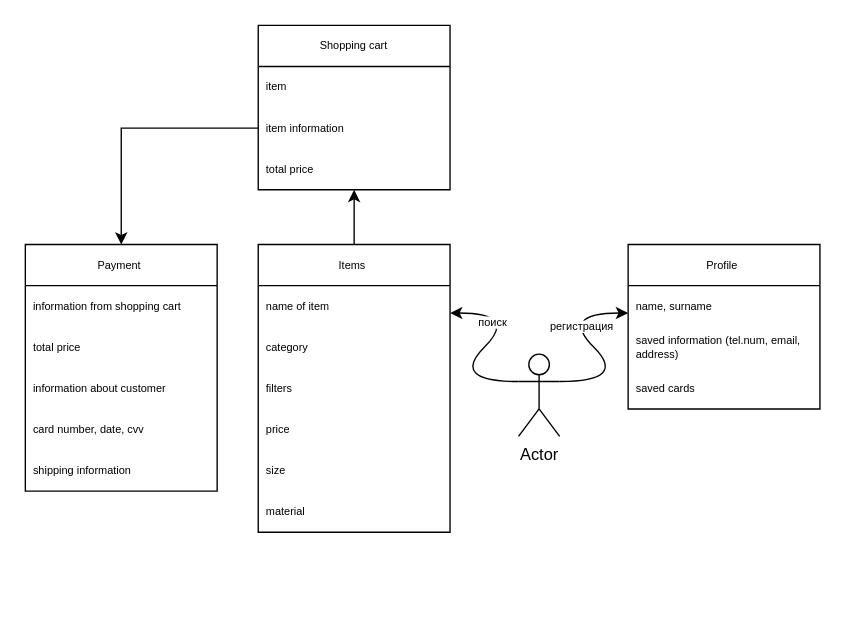
This is web/xml/Logical Mode Brandl.drawio from n59k/brand, a draw.io file, before an edit. Source tidied: cells renumbered, new cells numbered last; positions are measured from the earlier drawing's top-left corner, leaving out a move shared by most shapes. Both pictures are drawn from the tidied source at 137%, with x=0, y=0 at pixel (25, 25).
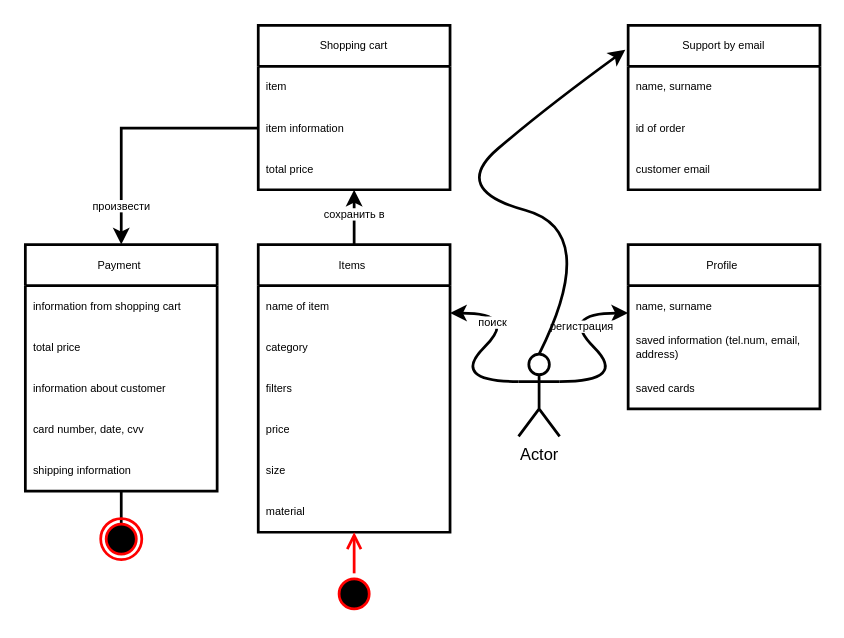
After the change.

What changed in the source:
```diff
@@
-    <mxCell id="2" value="Actor" style="shape=umlActor;verticalLabelPosition=bottom;verticalAlign=top;html=1;outlineConnect=0;labelBackgroundColor=default;" parent="1" vertex="1">
+    <mxCell id="2" value="Actor" style="shape=umlActor;verticalLabelPosition=bottom;verticalAlign=top;html=1;outlineConnect=0;labelBackgroundColor=default;strokeWidth=2;" parent="1" vertex="1">
       <mxGeometry x="360" y="240" width="30" height="60" as="geometry" />
     </mxCell>
-    <mxCell id="3" style="curved=1;endArrow=classic;html=1;rounded=0;labelBackgroundColor=default;" parent="1" edge="1">
+    <mxCell id="3" style="curved=1;endArrow=classic;html=1;rounded=0;labelBackgroundColor=default;strokeWidth=2;" parent="1" edge="1">
       <mxGeometry relative="1" as="geometry">
         <mxPoint x="390" y="260" as="sourcePoint" />
         <mxPoint x="440" y="210" as="targetPoint" />
         <Array as="points">
           <mxPoint x="440" y="260" />
           <mxPoint x="390" y="210" />
         </Array>
       </mxGeometry>
     </mxCell>
@@
-    <mxCell id="5" value="Profile&amp;nbsp;" style="swimlane;fontStyle=0;horizontal=1;startSize=30;whiteSpace=wrap;html=1;fontSize=8;labelBackgroundColor=default;swimlaneFillColor=default;" parent="1" vertex="1">
+    <mxCell id="5" value="Profile&amp;nbsp;" style="swimlane;fontStyle=0;horizontal=1;startSize=30;whiteSpace=wrap;html=1;fontSize=8;labelBackgroundColor=default;swimlaneFillColor=default;strokeWidth=2;" parent="1" vertex="1">
       <mxGeometry x="440" y="160" width="140" height="120" as="geometry" />
     </mxCell>
-    <mxCell id="6" value="name, surname" style="text;strokeColor=none;fillColor=none;align=left;verticalAlign=middle;spacingLeft=4;spacingRight=4;overflow=hidden;whiteSpace=wrap;html=1;fontSize=8;labelBackgroundColor=default;swimlaneFillColor=default;" parent="5" vertex="1">
+    <mxCell id="6" value="name, surname" style="text;strokeColor=none;fillColor=none;align=left;verticalAlign=middle;spacingLeft=4;spacingRight=4;overflow=hidden;whiteSpace=wrap;html=1;fontSize=8;labelBackgroundColor=default;swimlaneFillColor=default;strokeWidth=2;" parent="5" vertex="1">
       <mxGeometry y="30" width="140" height="30" as="geometry" />
     </mxCell>
-    <mxCell id="7" value="saved information (tel.num, email, address)" style="text;strokeColor=none;fillColor=none;align=left;verticalAlign=middle;spacingLeft=4;spacingRight=4;overflow=hidden;whiteSpace=wrap;html=1;fontSize=8;labelBackgroundColor=default;swimlaneFillColor=default;" parent="5" vertex="1">
+    <mxCell id="7" value="saved information (tel.num, email, address)" style="text;strokeColor=none;fillColor=none;align=left;verticalAlign=middle;spacingLeft=4;spacingRight=4;overflow=hidden;whiteSpace=wrap;html=1;fontSize=8;labelBackgroundColor=default;swimlaneFillColor=default;strokeWidth=2;" parent="5" vertex="1">
       <mxGeometry y="60" width="140" height="30" as="geometry" />
     </mxCell>
-    <mxCell id="8" value="saved cards" style="text;strokeColor=none;fillColor=none;align=left;verticalAlign=middle;spacingLeft=4;spacingRight=4;overflow=hidden;whiteSpace=wrap;html=1;fontSize=8;labelBackgroundColor=default;swimlaneFillColor=default;" parent="5" vertex="1">
+    <mxCell id="8" value="saved cards" style="text;strokeColor=none;fillColor=none;align=left;verticalAlign=middle;spacingLeft=4;spacingRight=4;overflow=hidden;whiteSpace=wrap;html=1;fontSize=8;labelBackgroundColor=default;swimlaneFillColor=default;strokeWidth=2;" parent="5" vertex="1">
       <mxGeometry y="90" width="140" height="30" as="geometry" />
     </mxCell>
-    <mxCell id="9" style="curved=1;endArrow=classic;html=1;rounded=0;fontSize=8;labelBackgroundColor=default;" parent="1" edge="1">
+    <mxCell id="9" style="curved=1;endArrow=classic;html=1;rounded=0;fontSize=8;labelBackgroundColor=default;strokeWidth=2;" parent="1" edge="1">
       <mxGeometry relative="1" as="geometry">
         <mxPoint x="360" y="260" as="sourcePoint" />
         <mxPoint x="310" y="210" as="targetPoint" />
         <Array as="points">
           <mxPoint x="310" y="260" />
           <mxPoint x="360" y="210" />
         </Array>
       </mxGeometry>
     </mxCell>
@@
-    <mxCell id="11" style="edgeStyle=orthogonalEdgeStyle;rounded=0;jettySize=auto;html=1;labelBackgroundColor=default;fontSize=8;entryX=0.5;entryY=1;entryDx=0;entryDy=0;entryPerimeter=0;" parent="1" edge="1" source="12" target="22">
+    <mxCell id="11" style="edgeStyle=orthogonalEdgeStyle;rounded=0;jettySize=auto;html=1;labelBackgroundColor=default;fontSize=8;entryX=0.5;entryY=1;entryDx=0;entryDy=0;entryPerimeter=0;strokeWidth=2;" parent="1" edge="1" source="12" target="22">
       <mxGeometry relative="1" as="geometry" />
     </mxCell>
+    <mxCell id="30" value="сохранить в" style="edgeLabel;html=1;align=center;verticalAlign=middle;fontSize=8;" parent="11" vertex="1">
+      <mxGeometry x="0.14" y="1" relative="1" as="geometry" />
+    </mxCell>
-    <mxCell id="12" value="Items&amp;nbsp;" style="swimlane;fontStyle=0;horizontal=1;startSize=30;whiteSpace=wrap;html=1;fontSize=8;labelBackgroundColor=default;swimlaneFillColor=default;" parent="1" vertex="1">
+    <mxCell id="12" value="Items&amp;nbsp;" style="swimlane;fontStyle=0;horizontal=1;startSize=30;whiteSpace=wrap;html=1;fontSize=8;labelBackgroundColor=default;swimlaneFillColor=default;strokeWidth=2;" parent="1" vertex="1">
       <mxGeometry x="170" y="160" width="140" height="210" as="geometry" />
     </mxCell>
-    <mxCell id="13" value="name of item" style="text;strokeColor=none;fillColor=none;align=left;verticalAlign=middle;spacingLeft=4;spacingRight=4;overflow=hidden;whiteSpace=wrap;html=1;fontSize=8;labelBackgroundColor=default;swimlaneFillColor=default;" parent="12" vertex="1">
+    <mxCell id="13" value="name of item" style="text;strokeColor=none;fillColor=none;align=left;verticalAlign=middle;spacingLeft=4;spacingRight=4;overflow=hidden;whiteSpace=wrap;html=1;fontSize=8;labelBackgroundColor=default;swimlaneFillColor=default;strokeWidth=2;" parent="12" vertex="1">
       <mxGeometry y="30" width="140" height="30" as="geometry" />
     </mxCell>
-    <mxCell id="14" value="category&amp;nbsp;" style="text;strokeColor=none;fillColor=none;align=left;verticalAlign=middle;spacingLeft=4;spacingRight=4;overflow=hidden;whiteSpace=wrap;html=1;fontSize=8;labelBackgroundColor=default;swimlaneFillColor=default;" parent="12" vertex="1">
+    <mxCell id="14" value="category&amp;nbsp;" style="text;strokeColor=none;fillColor=none;align=left;verticalAlign=middle;spacingLeft=4;spacingRight=4;overflow=hidden;whiteSpace=wrap;html=1;fontSize=8;labelBackgroundColor=default;swimlaneFillColor=default;strokeWidth=2;" parent="12" vertex="1">
       <mxGeometry y="60" width="140" height="30" as="geometry" />
     </mxCell>
-    <mxCell id="15" value="filters" style="text;strokeColor=none;fillColor=none;align=left;verticalAlign=middle;spacingLeft=4;spacingRight=4;overflow=hidden;whiteSpace=wrap;html=1;fontSize=8;labelBackgroundColor=default;swimlaneFillColor=default;" parent="12" vertex="1">
+    <mxCell id="15" value="filters" style="text;strokeColor=none;fillColor=none;align=left;verticalAlign=middle;spacingLeft=4;spacingRight=4;overflow=hidden;whiteSpace=wrap;html=1;fontSize=8;labelBackgroundColor=default;swimlaneFillColor=default;strokeWidth=2;" parent="12" vertex="1">
       <mxGeometry y="90" width="140" height="30" as="geometry" />
     </mxCell>
-    <mxCell id="16" value="price" style="text;strokeColor=none;fillColor=none;align=left;verticalAlign=middle;spacingLeft=4;spacingRight=4;overflow=hidden;whiteSpace=wrap;html=1;fontSize=8;labelBackgroundColor=default;swimlaneFillColor=default;" parent="12" vertex="1">
+    <mxCell id="16" value="price" style="text;strokeColor=none;fillColor=none;align=left;verticalAlign=middle;spacingLeft=4;spacingRight=4;overflow=hidden;whiteSpace=wrap;html=1;fontSize=8;labelBackgroundColor=default;swimlaneFillColor=default;strokeWidth=2;" parent="12" vertex="1">
       <mxGeometry y="120" width="140" height="30" as="geometry" />
     </mxCell>
-    <mxCell id="17" value="size" style="text;strokeColor=none;fillColor=none;align=left;verticalAlign=middle;spacingLeft=4;spacingRight=4;overflow=hidden;whiteSpace=wrap;html=1;fontSize=8;labelBackgroundColor=default;swimlaneFillColor=default;" parent="12" vertex="1">
+    <mxCell id="17" value="size" style="text;strokeColor=none;fillColor=none;align=left;verticalAlign=middle;spacingLeft=4;spacingRight=4;overflow=hidden;whiteSpace=wrap;html=1;fontSize=8;labelBackgroundColor=default;swimlaneFillColor=default;strokeWidth=2;" parent="12" vertex="1">
       <mxGeometry y="150" width="140" height="30" as="geometry" />
     </mxCell>
-    <mxCell id="18" value="material&amp;nbsp;" style="text;strokeColor=none;fillColor=none;align=left;verticalAlign=middle;spacingLeft=4;spacingRight=4;overflow=hidden;points=[[0,0.5],[1,0.5]];portConstraint=eastwest;whiteSpace=wrap;html=1;fontSize=8;labelBackgroundColor=default;swimlaneFillColor=default;" parent="12" vertex="1">
+    <mxCell id="18" value="material&amp;nbsp;" style="text;strokeColor=none;fillColor=none;align=left;verticalAlign=middle;spacingLeft=4;spacingRight=4;overflow=hidden;points=[[0,0.5],[1,0.5]];portConstraint=eastwest;whiteSpace=wrap;html=1;fontSize=8;labelBackgroundColor=default;swimlaneFillColor=default;strokeWidth=2;" parent="12" vertex="1">
       <mxGeometry y="180" width="140" height="30" as="geometry" />
     </mxCell>
-    <mxCell id="19" value="Shopping cart" style="swimlane;fontStyle=0;horizontal=1;startSize=30;whiteSpace=wrap;html=1;fontSize=8;labelBackgroundColor=default;swimlaneFillColor=default;" parent="1" vertex="1">
+    <mxCell id="19" value="Shopping cart" style="swimlane;fontStyle=0;horizontal=1;startSize=30;whiteSpace=wrap;html=1;fontSize=8;labelBackgroundColor=default;swimlaneFillColor=default;strokeWidth=2;" parent="1" vertex="1">
       <mxGeometry x="170" width="140" height="120" as="geometry" />
     </mxCell>
-    <mxCell id="20" value="item" style="text;strokeColor=none;fillColor=none;align=left;verticalAlign=middle;spacingLeft=4;spacingRight=4;overflow=hidden;whiteSpace=wrap;html=1;fontSize=8;labelBackgroundColor=default;swimlaneFillColor=default;" parent="19" vertex="1">
+    <mxCell id="20" value="item" style="text;strokeColor=none;fillColor=none;align=left;verticalAlign=middle;spacingLeft=4;spacingRight=4;overflow=hidden;whiteSpace=wrap;html=1;fontSize=8;labelBackgroundColor=default;swimlaneFillColor=default;strokeWidth=2;" parent="19" vertex="1">
       <mxGeometry y="30" width="140" height="30" as="geometry" />
     </mxCell>
-    <mxCell id="21" value="item information" style="text;strokeColor=none;fillColor=none;align=left;verticalAlign=middle;spacingLeft=4;spacingRight=4;overflow=hidden;points=[[0,0.5],[1,0.5]];portConstraint=eastwest;whiteSpace=wrap;html=1;fontSize=8;labelBackgroundColor=default;swimlaneFillColor=default;" parent="19" vertex="1">
+    <mxCell id="21" value="item information" style="text;strokeColor=none;fillColor=none;align=left;verticalAlign=middle;spacingLeft=4;spacingRight=4;overflow=hidden;points=[[0,0.5],[1,0.5]];portConstraint=eastwest;whiteSpace=wrap;html=1;fontSize=8;labelBackgroundColor=default;swimlaneFillColor=default;strokeWidth=2;" parent="19" vertex="1">
       <mxGeometry y="60" width="140" height="30" as="geometry" />
     </mxCell>
-    <mxCell id="22" value="total price" style="text;strokeColor=none;fillColor=none;align=left;verticalAlign=middle;spacingLeft=4;spacingRight=4;overflow=hidden;points=[[0,0.5],[1,0.5]];portConstraint=eastwest;whiteSpace=wrap;html=1;fontSize=8;labelBackgroundColor=default;swimlaneFillColor=default;" parent="19" vertex="1">
+    <mxCell id="22" value="total price" style="text;strokeColor=none;fillColor=none;align=left;verticalAlign=middle;spacingLeft=4;spacingRight=4;overflow=hidden;points=[[0,0.5],[1,0.5]];portConstraint=eastwest;whiteSpace=wrap;html=1;fontSize=8;labelBackgroundColor=default;swimlaneFillColor=default;strokeWidth=2;" parent="19" vertex="1">
       <mxGeometry y="90" width="140" height="30" as="geometry" />
     </mxCell>
-    <mxCell id="23" value="Payment&amp;nbsp;" style="swimlane;fontStyle=0;horizontal=1;startSize=30;whiteSpace=wrap;html=1;fontSize=8;labelBackgroundColor=default;swimlaneFillColor=default;" parent="1" vertex="1">
+    <mxCell id="23" value="Payment&amp;nbsp;" style="swimlane;fontStyle=0;horizontal=1;startSize=30;whiteSpace=wrap;html=1;fontSize=8;labelBackgroundColor=default;swimlaneFillColor=default;strokeWidth=2;" parent="1" vertex="1">
       <mxGeometry y="160" width="140" height="180" as="geometry" />
     </mxCell>
-    <mxCell id="24" value="information from shopping cart" style="text;strokeColor=none;fillColor=none;align=left;verticalAlign=middle;spacingLeft=4;spacingRight=4;overflow=hidden;whiteSpace=wrap;html=1;fontSize=8;labelBackgroundColor=default;swimlaneFillColor=default;" parent="23" vertex="1">
+    <mxCell id="24" value="information from shopping cart" style="text;strokeColor=none;fillColor=none;align=left;verticalAlign=middle;spacingLeft=4;spacingRight=4;overflow=hidden;whiteSpace=wrap;html=1;fontSize=8;labelBackgroundColor=default;swimlaneFillColor=default;strokeWidth=2;" parent="23" vertex="1">
       <mxGeometry y="30" width="140" height="30" as="geometry" />
     </mxCell>
-    <mxCell id="25" value="total price&lt;br&gt;" style="text;strokeColor=none;fillColor=none;align=left;verticalAlign=middle;spacingLeft=4;spacingRight=4;overflow=hidden;whiteSpace=wrap;html=1;fontSize=8;labelBackgroundColor=default;swimlaneFillColor=default;" parent="23" vertex="1">
+    <mxCell id="25" value="total price&lt;br&gt;" style="text;strokeColor=none;fillColor=none;align=left;verticalAlign=middle;spacingLeft=4;spacingRight=4;overflow=hidden;whiteSpace=wrap;html=1;fontSize=8;labelBackgroundColor=default;swimlaneFillColor=default;strokeWidth=2;" parent="23" vertex="1">
       <mxGeometry y="60" width="140" height="30" as="geometry" />
     </mxCell>
-    <mxCell id="26" value="information about customer" style="text;strokeColor=none;fillColor=none;align=left;verticalAlign=middle;spacingLeft=4;spacingRight=4;overflow=hidden;whiteSpace=wrap;html=1;fontSize=8;labelBackgroundColor=default;swimlaneFillColor=default;" parent="23" vertex="1">
+    <mxCell id="26" value="information about customer" style="text;strokeColor=none;fillColor=none;align=left;verticalAlign=middle;spacingLeft=4;spacingRight=4;overflow=hidden;whiteSpace=wrap;html=1;fontSize=8;labelBackgroundColor=default;swimlaneFillColor=default;strokeWidth=2;" parent="23" vertex="1">
       <mxGeometry y="90" width="140" height="30" as="geometry" />
     </mxCell>
-    <mxCell id="27" value="card number, date, cvv" style="text;strokeColor=none;fillColor=none;align=left;verticalAlign=middle;spacingLeft=4;spacingRight=4;overflow=hidden;whiteSpace=wrap;html=1;fontSize=8;labelBackgroundColor=default;swimlaneFillColor=default;" parent="23" vertex="1">
+    <mxCell id="27" value="card number, date, cvv" style="text;strokeColor=none;fillColor=none;align=left;verticalAlign=middle;spacingLeft=4;spacingRight=4;overflow=hidden;whiteSpace=wrap;html=1;fontSize=8;labelBackgroundColor=default;swimlaneFillColor=default;strokeWidth=2;" parent="23" vertex="1">
       <mxGeometry y="120" width="140" height="30" as="geometry" />
     </mxCell>
-    <mxCell id="28" value="shipping information&amp;nbsp;" style="text;strokeColor=none;fillColor=none;align=left;verticalAlign=middle;spacingLeft=4;spacingRight=4;overflow=hidden;whiteSpace=wrap;html=1;fontSize=8;labelBackgroundColor=default;swimlaneFillColor=default;" parent="23" vertex="1">
+    <mxCell id="28" value="shipping information&amp;nbsp;" style="text;strokeColor=none;fillColor=none;align=left;verticalAlign=middle;spacingLeft=4;spacingRight=4;overflow=hidden;whiteSpace=wrap;html=1;fontSize=8;labelBackgroundColor=default;swimlaneFillColor=default;strokeWidth=2;" parent="23" vertex="1">
       <mxGeometry y="150" width="140" height="30" as="geometry" />
     </mxCell>
-    <mxCell id="29" style="edgeStyle=orthogonalEdgeStyle;rounded=0;jettySize=auto;html=1;labelBackgroundColor=default;fontSize=8;entryX=0.5;entryY=0;entryDx=0;entryDy=0;" parent="1" edge="1" source="21" target="23">
+    <mxCell id="29" style="edgeStyle=orthogonalEdgeStyle;rounded=0;jettySize=auto;html=1;labelBackgroundColor=default;fontSize=8;entryX=0.5;entryY=0;entryDx=0;entryDy=0;strokeWidth=2;" parent="1" edge="1" source="21" target="23">
       <mxGeometry relative="1" as="geometry" />
     </mxCell>
+    <mxCell id="31" value="произвести" style="edgeLabel;html=1;align=center;verticalAlign=middle;fontSize=8;" parent="29" vertex="1">
+      <mxGeometry x="0.69" y="-1" relative="1" as="geometry" />
+    </mxCell>
+    <mxCell id="32" style="line;strokeWidth=2;fillColor=none;align=left;verticalAlign=middle;spacingTop=-1;spacingLeft=3;spacingRight=3;labelPosition=right;strokeColor=inherit;labelBackgroundColor=default;fontSize=8;flipV=0;flipH=0;direction=south;" parent="1" vertex="1">
+      <mxGeometry x="65" y="340" width="10" height="25" as="geometry" />
+    </mxCell>
+    <mxCell id="33" style="ellipse;html=1;shape=endState;fillColor=#000000;strokeColor=#ff0000;labelBackgroundColor=default;strokeWidth=2;fontSize=8;" parent="1" vertex="1">
+      <mxGeometry x="55" y="360" width="30" height="30" as="geometry" />
+    </mxCell>
+    <mxCell id="34" style="ellipse;html=1;shape=startState;fillColor=#000000;strokeColor=#ff0000;labelBackgroundColor=default;strokeWidth=2;fontSize=8;flipH=0;" parent="1" vertex="1">
+      <mxGeometry x="225" y="400" width="30" height="30" as="geometry" />
+    </mxCell>
+    <mxCell id="35" style="edgeStyle=orthogonalEdgeStyle;html=1;verticalAlign=bottom;endArrow=open;endSize=8;strokeColor=#ff0000;rounded=0;labelBackgroundColor=default;fontSize=8;strokeWidth=2;entryX=0.5;entryY=1;entryDx=0;entryDy=0;entryPerimeter=0;" parent="1" edge="1" source="34" target="18">
+      <mxGeometry relative="1" as="geometry" />
+    </mxCell>
+    <mxCell id="36" value="Support by email" style="swimlane;fontStyle=0;horizontal=1;startSize=30;whiteSpace=wrap;html=1;fontSize=8;labelBackgroundColor=default;swimlaneFillColor=default;strokeWidth=2;" parent="1" vertex="1">
+      <mxGeometry x="440" width="140" height="120" as="geometry" />
+    </mxCell>
+    <mxCell id="37" value="name, surname" style="text;strokeColor=none;fillColor=none;align=left;verticalAlign=middle;spacingLeft=4;spacingRight=4;overflow=hidden;whiteSpace=wrap;html=1;fontSize=8;labelBackgroundColor=default;swimlaneFillColor=default;strokeWidth=2;" parent="36" vertex="1">
+      <mxGeometry y="30" width="140" height="30" as="geometry" />
+    </mxCell>
+    <mxCell id="38" value="id of&amp;nbsp;order" style="text;strokeColor=none;fillColor=none;align=left;verticalAlign=middle;spacingLeft=4;spacingRight=4;overflow=hidden;whiteSpace=wrap;html=1;fontSize=8;labelBackgroundColor=default;swimlaneFillColor=default;strokeWidth=2;" parent="36" vertex="1">
+      <mxGeometry y="60" width="140" height="30" as="geometry" />
+    </mxCell>
+    <mxCell id="39" value="customer email" style="text;strokeColor=none;fillColor=none;align=left;verticalAlign=middle;spacingLeft=4;spacingRight=4;overflow=hidden;whiteSpace=wrap;html=1;fontSize=8;labelBackgroundColor=default;swimlaneFillColor=default;strokeWidth=2;" parent="36" vertex="1">
+      <mxGeometry y="90" width="140" height="30" as="geometry" />
+    </mxCell>
+    <mxCell id="40" style="curved=1;endArrow=classic;html=1;rounded=0;labelBackgroundColor=default;strokeWidth=2;fontSize=8;entryX=-0.015;entryY=0.149;entryDx=0;entryDy=0;entryPerimeter=0;exitX=0.5;exitY=0;exitDx=0;exitDy=0;exitPerimeter=0;" parent="1" edge="1" source="2" target="36">
+      <mxGeometry relative="1" as="geometry">
+        <Array as="points">
+          <mxPoint x="420" y="150" />
+          <mxPoint x="310" y="120" />
+          <mxPoint x="380" y="60" />
+        </Array>
+      </mxGeometry>
+    </mxCell>
```
